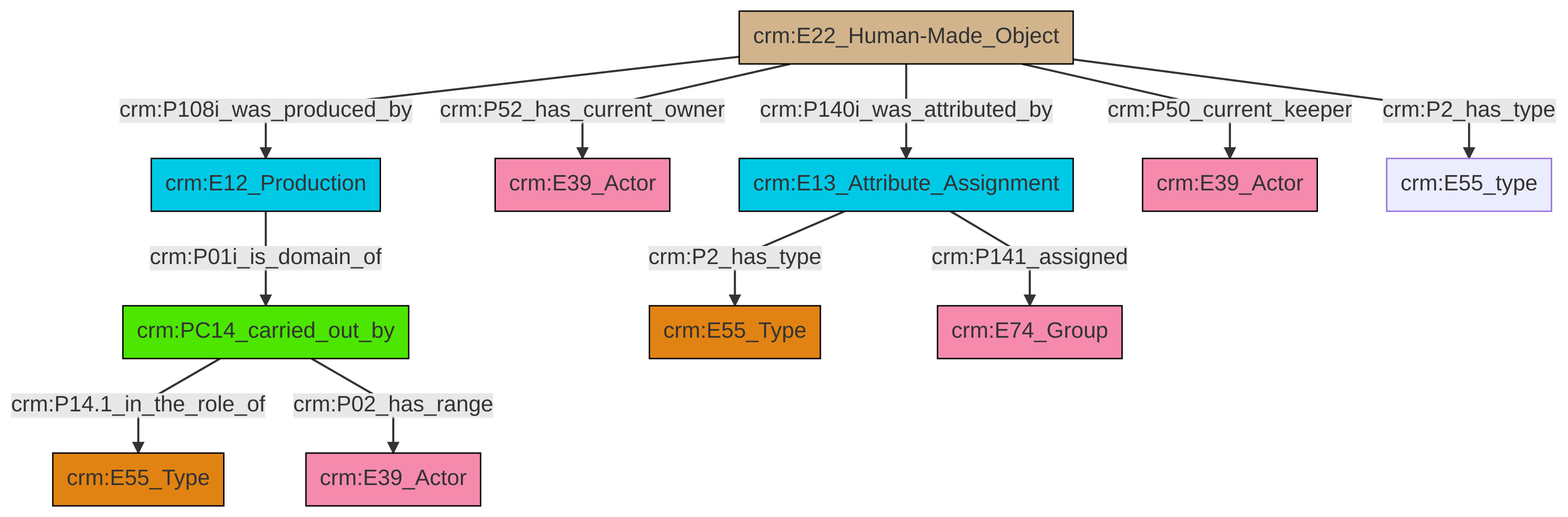
This is et/artworkCSV/ttl/mmd/png/Artwork_Actor_Relations.png from swiss-art-research-net/docs.swissartresearch, a Mermaid export, as it was before one commit. Its source is kept beside it as et/artworkCSV/ttl/mmd/Artwork_Actor_Relations.ttl.mmd.
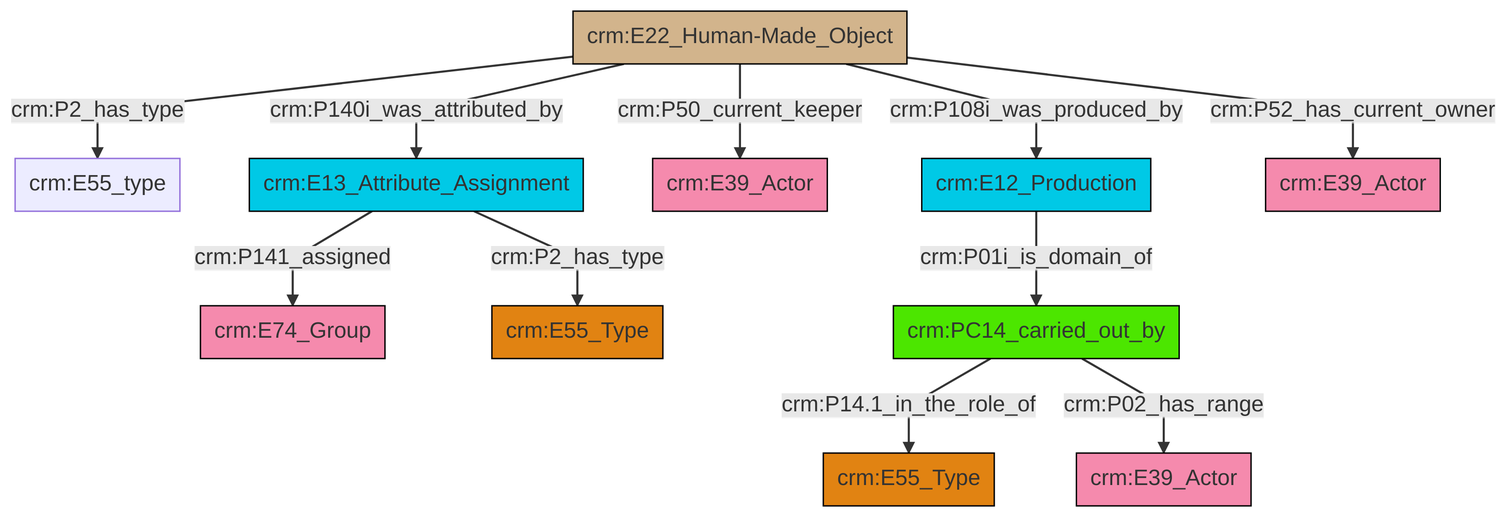
The same file after the commit.

Diff of the diagram source:
```diff
@@ -13,13 +13,13 @@
 classDef PC_Classes fill:#4ce600, stroke:#000000;
 classDef Multi fill:#cccccc,stroke:#000000;
 
-2["crm:PC14_carried_out_by"]:::PC_Classes -->|crm:P14.1_in_the_role_of| 3["crm:E55_Type"]:::Type
-8["crm:E22_Human-Made_Object"]:::Physical_Thing -->|crm:P140i_was_attributed_by| 0["crm:E13_Attribute_Assignment"]:::Temporal_Entity
-8["crm:E22_Human-Made_Object"]:::Physical_Thing -->|crm:P52_has_current_owner| 11["crm:E39_Actor"]:::Actor
-0["crm:E13_Attribute_Assignment"]:::Temporal_Entity -->|crm:P141_assigned| 12["crm:E74_Group"]:::Actor
-8["crm:E22_Human-Made_Object"]:::Physical_Thing -->|crm:P108i_was_produced_by| 14["crm:E12_Production"]:::Temporal_Entity
-14["crm:E12_Production"]:::Temporal_Entity -->|crm:P01i_is_domain_of| 2["crm:PC14_carried_out_by"]:::PC_Classes
-8["crm:E22_Human-Made_Object"]:::Physical_Thing -->|crm:P50_current_keeper| 15["crm:E39_Actor"]:::Actor
-8["crm:E22_Human-Made_Object"]:::Physical_Thing -->|crm:P2_has_type| 18["crm:E55_type"]:::Default
-2["crm:PC14_carried_out_by"]:::PC_Classes -->|crm:P02_has_range| 4["crm:E39_Actor"]:::Actor
-0["crm:E13_Attribute_Assignment"]:::Temporal_Entity -->|crm:P2_has_type| 6["crm:E55_Type"]:::Type
+2["crm:E22_Human-Made_Object"]:::Physical_Thing -->|crm:P2_has_type| 3["crm:E55_type"]:::Default
+2["crm:E22_Human-Made_Object"]:::Physical_Thing -->|crm:P140i_was_attributed_by| 4["crm:E13_Attribute_Assignment"]:::Temporal_Entity
+2["crm:E22_Human-Made_Object"]:::Physical_Thing -->|crm:P50_current_keeper| 8["crm:E39_Actor"]:::Actor
+9["crm:PC14_carried_out_by"]:::PC_Classes -->|crm:P14.1_in_the_role_of| 10["crm:E55_Type"]:::Type
+2["crm:E22_Human-Made_Object"]:::Physical_Thing -->|crm:P108i_was_produced_by| 12["crm:E12_Production"]:::Temporal_Entity
+4["crm:E13_Attribute_Assignment"]:::Temporal_Entity -->|crm:P141_assigned| 5["crm:E74_Group"]:::Actor
+4["crm:E13_Attribute_Assignment"]:::Temporal_Entity -->|crm:P2_has_type| 14["crm:E55_Type"]:::Type
+2["crm:E22_Human-Made_Object"]:::Physical_Thing -->|crm:P52_has_current_owner| 0["crm:E39_Actor"]:::Actor
+12["crm:E12_Production"]:::Temporal_Entity -->|crm:P01i_is_domain_of| 9["crm:PC14_carried_out_by"]:::PC_Classes
+9["crm:PC14_carried_out_by"]:::PC_Classes -->|crm:P02_has_range| 18["crm:E39_Actor"]:::Actor
```
